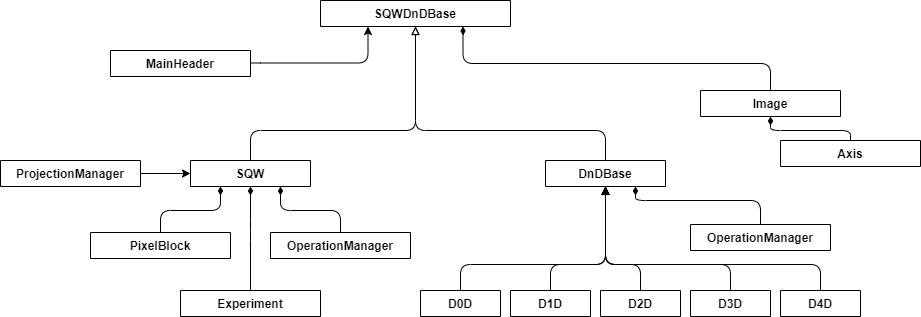
The draw.io diagram documentation/diagrams/sqw-dnd.png in pace-neutrons/Horace, before a commit. Source tidied: cells renumbered, new cells last; positions are measured from the earlier drawing's top-left corner, leaving out a move shared by most shapes.
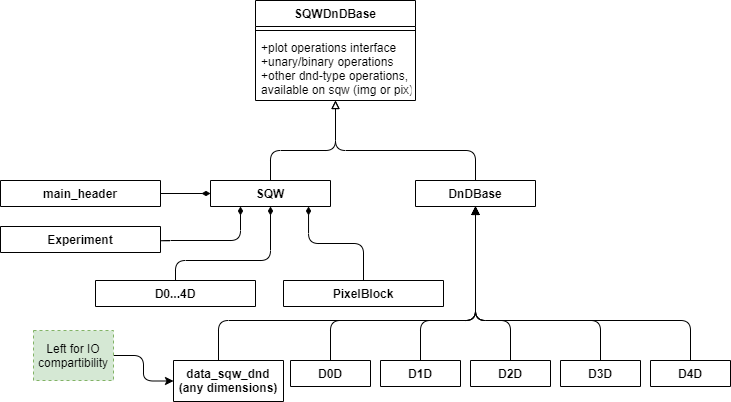
The same file after the commit.

Diff of the diagram source:
```diff
@@ -5,158 +5,135 @@
     <mxCell id="2" style="edgeStyle=elbowEdgeStyle;elbow=vertical;endArrow=block;html=1;exitX=0.5;exitY=0;exitDx=0;exitDy=0;entryX=0.5;entryY=1;entryDx=0;entryDy=0;endFill=0;" parent="1" edge="1" source="19" target="32">
       <mxGeometry relative="1" as="geometry">
         <Array as="points">
-          <mxPoint x="310" y="130" />
-          <mxPoint x="360" y="90" />
+          <mxPoint x="237" y="130" />
+          <mxPoint x="287" y="90" />
         </Array>
       </mxGeometry>
     </mxCell>
     <mxCell id="3" style="edgeStyle=elbowEdgeStyle;elbow=vertical;endArrow=block;html=1;endFill=1;exitX=0.5;exitY=0;exitDx=0;exitDy=0;entryX=0.5;entryY=1;entryDx=0;entryDy=0;" parent="1" edge="1" source="29" target="23">
       <mxGeometry relative="1" as="geometry">
         <Array as="points">
-          <mxPoint x="515" y="264" />
+          <mxPoint x="390" y="300" />
         </Array>
       </mxGeometry>
     </mxCell>
     <mxCell id="4" style="edgeStyle=elbowEdgeStyle;elbow=vertical;endArrow=classic;html=1;exitX=0.5;exitY=0;exitDx=0;exitDy=0;entryX=0.5;entryY=1;entryDx=0;entryDy=0;" parent="1" edge="1" source="28" target="23">
       <mxGeometry relative="1" as="geometry">
         <Array as="points">
-          <mxPoint x="535" y="264" />
+          <mxPoint x="440" y="300" />
         </Array>
       </mxGeometry>
     </mxCell>
     <mxCell id="5" style="edgeStyle=elbowEdgeStyle;elbow=vertical;endArrow=classic;html=1;exitX=0.5;exitY=0;exitDx=0;exitDy=0;entryX=0.5;entryY=1;entryDx=0;entryDy=0;" parent="1" edge="1" source="26" target="23">
       <mxGeometry relative="1" as="geometry">
         <Array as="points">
-          <mxPoint x="645" y="264" />
+          <mxPoint x="480" y="300" />
         </Array>
       </mxGeometry>
     </mxCell>
     <mxCell id="6" style="edgeStyle=elbowEdgeStyle;elbow=vertical;endArrow=classic;html=1;exitX=0.5;exitY=0;exitDx=0;exitDy=0;entryX=0.5;entryY=1;entryDx=0;entryDy=0;" parent="1" edge="1" source="27" target="23">
       <mxGeometry relative="1" as="geometry">
         <Array as="points">
-          <mxPoint x="665" y="264" />
-          <mxPoint x="545" y="367" />
+          <mxPoint x="570" y="300" />
+          <mxPoint x="402" y="393" />
         </Array>
       </mxGeometry>
     </mxCell>
     <mxCell id="7" style="edgeStyle=elbowEdgeStyle;elbow=vertical;endArrow=classic;html=1;exitX=0.5;exitY=0;exitDx=0;exitDy=0;entryX=0.5;entryY=1;entryDx=0;entryDy=0;" parent="1" edge="1" source="25" target="23">
       <mxGeometry relative="1" as="geometry">
         <Array as="points">
-          <mxPoint x="625" y="264" />
+          <mxPoint x="520" y="300" />
         </Array>
       </mxGeometry>
     </mxCell>
-    <mxCell id="8" style="edgeStyle=elbowEdgeStyle;elbow=vertical;endArrow=classic;html=1;exitX=1;exitY=0.5;exitDx=0;exitDy=0;entryX=0;entryY=0.5;entryDx=0;entryDy=0;" parent="1" edge="1" source="22" target="19">
+    <mxCell id="8" style="edgeStyle=elbowEdgeStyle;elbow=vertical;endArrow=diamondThin;html=1;exitX=1;exitY=0.5;exitDx=0;exitDy=0;entryX=0;entryY=0.5;entryDx=0;entryDy=0;endFill=1;" parent="1" edge="1" source="22" target="19">
       <mxGeometry relative="1" as="geometry">
         <Array as="points">
-          <mxPoint x="130" y="173" />
+          <mxPoint x="137" y="173" />
         </Array>
       </mxGeometry>
     </mxCell>
-    <mxCell id="9" style="edgeStyle=elbowEdgeStyle;elbow=vertical;endArrow=diamondThin;html=1;exitX=0.5;exitY=0;exitDx=0;exitDy=0;entryX=0.5;entryY=1;entryDx=0;entryDy=0;endFill=1;" parent="1" edge="1" source="18" target="17">
-      <mxGeometry relative="1" as="geometry">
-        <Array as="points">
-          <mxPoint x="750" y="130" />
-        </Array>
-      </mxGeometry>
-    </mxCell>
-    <mxCell id="10" style="edgeStyle=elbowEdgeStyle;elbow=vertical;endArrow=diamondThin;html=1;exitX=0.5;exitY=0;exitDx=0;exitDy=0;entryX=0.75;entryY=1;entryDx=0;entryDy=0;endFill=1;" parent="1" edge="1" source="17" target="32">
-      <mxGeometry relative="1" as="geometry">
-        <Array as="points">
-          <mxPoint x="630" y="63" />
-        </Array>
-      </mxGeometry>
-    </mxCell>
-    <mxCell id="11" style="edgeStyle=elbowEdgeStyle;elbow=vertical;endArrow=diamondThin;html=1;exitX=0.5;exitY=0;exitDx=0;exitDy=0;entryX=0.75;entryY=1;entryDx=0;entryDy=0;endFill=1;" parent="1" edge="1" source="24" target="23">
-      <mxGeometry relative="1" as="geometry">
-        <Array as="points">
-          <mxPoint x="755" y="200" />
-        </Array>
-      </mxGeometry>
-    </mxCell>
-    <mxCell id="12" style="edgeStyle=elbowEdgeStyle;elbow=vertical;endArrow=diamondThin;html=1;exitX=0.5;exitY=0;exitDx=0;exitDy=0;entryX=0.75;entryY=1;entryDx=0;entryDy=0;endFill=1;" parent="1" edge="1" source="20" target="19">
+    <mxCell id="12" style="edgeStyle=elbowEdgeStyle;elbow=vertical;endArrow=diamondThin;html=1;exitX=0.5;exitY=0;exitDx=0;exitDy=0;entryX=0.5;entryY=1;entryDx=0;entryDy=0;endFill=1;" parent="1" edge="1" source="20" target="19">
       <mxGeometry relative="1" as="geometry">
         <Array as="points">
-          <mxPoint x="320" y="210" />
+          <mxPoint x="217" y="240" />
+          <mxPoint x="327" y="210" />
         </Array>
       </mxGeometry>
     </mxCell>
-    <mxCell id="13" style="edgeStyle=elbowEdgeStyle;elbow=vertical;endArrow=diamondThin;html=1;entryX=0.5;entryY=1;entryDx=0;entryDy=0;endFill=1;exitX=0.5;exitY=0;exitDx=0;exitDy=0;" parent="1" edge="1" source="30" target="19">
+    <mxCell id="13" style="edgeStyle=elbowEdgeStyle;elbow=vertical;endArrow=diamondThin;html=1;entryX=0.25;entryY=1;entryDx=0;entryDy=0;endFill=1;exitX=1;exitY=0.5;exitDx=0;exitDy=0;" parent="1" edge="1" source="30" target="19">
       <mxGeometry relative="1" as="geometry">
         <Array as="points">
-          <mxPoint x="250" y="230" />
+          <mxPoint x="187" y="220" />
         </Array>
       </mxGeometry>
     </mxCell>
-    <mxCell id="14" style="edgeStyle=elbowEdgeStyle;elbow=vertical;endArrow=diamondThin;html=1;entryX=0.25;entryY=1;entryDx=0;entryDy=0;endFill=1;exitX=0.5;exitY=0;exitDx=0;exitDy=0;" parent="1" edge="1" source="21" target="19">
-      <mxGeometry relative="1" as="geometry">
-        <Array as="points">
-          <mxPoint x="190" y="210" />
-        </Array>
-      </mxGeometry>
+    <mxCell id="14" style="edgeStyle=elbowEdgeStyle;elbow=vertical;endArrow=diamondThin;html=1;entryX=0.817;entryY=1;entryDx=0;entryDy=0;endFill=1;exitX=0.5;exitY=0;exitDx=0;exitDy=0;entryPerimeter=0;" parent="1" edge="1" source="21" target="19">
+      <mxGeometry relative="1" as="geometry" />
     </mxCell>
     <mxCell id="15" style="edgeStyle=elbowEdgeStyle;elbow=vertical;endArrow=block;html=1;exitX=0.5;exitY=0;exitDx=0;exitDy=0;entryX=0.5;entryY=1;entryDx=0;entryDy=0;endFill=0;" parent="1" edge="1" source="23" target="32">
       <mxGeometry relative="1" as="geometry">
         <Array as="points">
-          <mxPoint x="470" y="130" />
-          <mxPoint x="370" y="100" />
+          <mxPoint x="397" y="130" />
+          <mxPoint x="297" y="100" />
         </Array>
       </mxGeometry>
     </mxCell>
-    <mxCell id="16" style="edgeStyle=elbowEdgeStyle;elbow=vertical;endArrow=classic;html=1;exitX=1;exitY=0.5;exitDx=0;exitDy=0;entryX=0.25;entryY=1;entryDx=0;entryDy=0;" parent="1" edge="1" source="31" target="32">
-      <mxGeometry relative="1" as="geometry">
-        <Array as="points">
-          <mxPoint x="230" y="62.5" />
-        </Array>
-      </mxGeometry>
-    </mxCell>
-    <mxCell id="17" value="Image" style="swimlane;fontStyle=1;align=center;verticalAlign=top;horizontal=1;startSize=26;" parent="1" vertex="1" collapsed="1">
-      <mxGeometry x="700" y="90" width="140" height="26" as="geometry" />
-    </mxCell>
-    <mxCell id="18" value="Axis" style="swimlane;fontStyle=1;align=center;verticalAlign=top;horizontal=1;startSize=26;" parent="1" vertex="1" collapsed="1">
-      <mxGeometry x="780" y="140" width="140" height="26" as="geometry" />
-    </mxCell>
     <mxCell id="19" value="SQW" style="swimlane;fontStyle=1;align=center;verticalAlign=top;horizontal=1;startSize=26;" parent="1" vertex="1" collapsed="1">
-      <mxGeometry x="190" y="160" width="120" height="26" as="geometry" />
+      <mxGeometry x="197" y="160" width="120" height="26" as="geometry" />
     </mxCell>
-    <mxCell id="20" value="OperationManager" style="swimlane;fontStyle=1;align=center;verticalAlign=top;horizontal=1;startSize=26;" parent="1" vertex="1" collapsed="1">
-      <mxGeometry x="270" y="232" width="140" height="26" as="geometry" />
+    <mxCell id="20" value="D0...4D" style="swimlane;fontStyle=1;align=center;verticalAlign=top;horizontal=1;startSize=26;" parent="1" vertex="1" collapsed="1">
+      <mxGeometry x="82" y="260" width="160" height="26" as="geometry" />
     </mxCell>
     <mxCell id="21" value="PixelBlock" style="swimlane;fontStyle=1;align=center;verticalAlign=top;horizontal=1;startSize=26;" parent="1" vertex="1" collapsed="1">
-      <mxGeometry x="90" y="232" width="140" height="26" as="geometry" />
+      <mxGeometry x="270" y="260" width="160" height="26" as="geometry" />
     </mxCell>
-    <mxCell id="22" value="ProjectionManager" style="swimlane;fontStyle=1;align=center;verticalAlign=top;horizontal=1;startSize=26;" parent="1" vertex="1" collapsed="1">
-      <mxGeometry y="160" width="140" height="26" as="geometry" />
+    <mxCell id="22" value="main_header" style="swimlane;fontStyle=1;align=center;verticalAlign=top;horizontal=1;startSize=26;" parent="1" vertex="1" collapsed="1">
+      <mxGeometry x="-13" y="160" width="160" height="26" as="geometry" />
     </mxCell>
     <mxCell id="23" value="DnDBase" style="swimlane;fontStyle=1;align=center;verticalAlign=top;horizontal=1;startSize=26;" parent="1" vertex="1" collapsed="1">
-      <mxGeometry x="545" y="160" width="120" height="26" as="geometry" />
+      <mxGeometry x="402" y="160" width="120" height="26" as="geometry" />
     </mxCell>
-    <mxCell id="24" value="OperationManager" style="swimlane;fontStyle=1;align=center;verticalAlign=top;horizontal=1;startSize=26;" parent="1" vertex="1" collapsed="1">
-      <mxGeometry x="690" y="224" width="140" height="26" as="geometry" />
-    </mxCell>
     <mxCell id="25" value="D3D" style="swimlane;fontStyle=1;align=center;verticalAlign=top;horizontal=1;startSize=26;" parent="1" vertex="1" collapsed="1">
-      <mxGeometry x="690" y="290" width="80" height="26" as="geometry" />
+      <mxGeometry x="547" y="340" width="80" height="26" as="geometry" />
     </mxCell>
     <mxCell id="26" value="D2D" style="swimlane;fontStyle=1;align=center;verticalAlign=top;horizontal=1;startSize=26;" parent="1" vertex="1" collapsed="1">
-      <mxGeometry x="600" y="290" width="80" height="26" as="geometry" />
+      <mxGeometry x="457" y="340" width="80" height="26" as="geometry" />
     </mxCell>
     <mxCell id="27" value="D4D" style="swimlane;fontStyle=1;align=center;verticalAlign=top;horizontal=1;startSize=26;" parent="1" vertex="1" collapsed="1">
-      <mxGeometry x="780" y="290" width="80" height="26" as="geometry" />
+      <mxGeometry x="637" y="340" width="80" height="26" as="geometry" />
     </mxCell>
     <mxCell id="28" value="D1D&#10;" style="swimlane;fontStyle=1;align=center;verticalAlign=top;horizontal=1;startSize=26;" parent="1" vertex="1" collapsed="1">
-      <mxGeometry x="510" y="290" width="80" height="26" as="geometry" />
+      <mxGeometry x="367" y="340" width="80" height="26" as="geometry" />
     </mxCell>
     <mxCell id="29" value="D0D" style="swimlane;fontStyle=1;align=center;verticalAlign=top;horizontal=1;startSize=26;" parent="1" vertex="1" collapsed="1">
-      <mxGeometry x="420" y="290" width="80" height="26" as="geometry" />
+      <mxGeometry x="277" y="340" width="80" height="26" as="geometry" />
     </mxCell>
     <mxCell id="30" value="Experiment" style="swimlane;fontStyle=1;align=center;verticalAlign=top;horizontal=1;startSize=26;" parent="1" vertex="1" collapsed="1">
-      <mxGeometry x="180" y="290" width="140" height="26" as="geometry" />
+      <mxGeometry x="-13" y="206" width="160" height="26" as="geometry" />
     </mxCell>
-    <mxCell id="31" value="MainHeader" style="swimlane;fontStyle=1;align=center;verticalAlign=top;horizontal=1;startSize=26;" parent="1" vertex="1" collapsed="1">
-      <mxGeometry x="110" y="50" width="140" height="26" as="geometry" />
-    </mxCell>
-    <mxCell id="32" value="SQWDnDBase" style="swimlane;fontStyle=1;align=center;verticalAlign=top;horizontal=1;startSize=26;" parent="1" vertex="1" collapsed="1">
-      <mxGeometry x="320" width="190" height="26" as="geometry" />
+    <mxCell id="32" value="SQWDnDBase" style="swimlane;fontStyle=1;align=center;verticalAlign=top;horizontal=1;startSize=26;" parent="1" vertex="1">
+      <mxGeometry x="242" y="-20" width="160" height="100" as="geometry" />
     </mxCell>
+    <mxCell id="33" style="line;strokeWidth=1;fillColor=none;align=left;verticalAlign=middle;spacingTop=-1;spacingLeft=3;spacingRight=3;labelPosition=right;" parent="32" vertex="1">
+      <mxGeometry y="26" width="160" height="8" as="geometry" />
+    </mxCell>
+    <mxCell id="34" value="+plot operations interface&#10;+unary/binary operations&#10;+other dnd-type operations,&#10;available on sqw (img or pix) " style="text;strokeColor=none;fillColor=none;align=left;verticalAlign=top;spacingLeft=4;spacingRight=4;overflow=hidden;" parent="32" vertex="1">
+      <mxGeometry y="34" width="160" height="66" as="geometry" />
+    </mxCell>
+    <mxCell id="35" style="edgeStyle=orthogonalEdgeStyle;rounded=1;jettySize=auto;html=1;entryX=0.5;entryY=1;entryDx=0;entryDy=0;" parent="1" edge="1" source="36" target="23">
+      <mxGeometry relative="1" as="geometry">
+        <Array as="points">
+          <mxPoint x="205" y="300" />
+          <mxPoint x="462" y="300" />
+        </Array>
+      </mxGeometry>
+    </mxCell>
+    <mxCell id="36" value="data_sqw_dnd&#10;(any dimensions)" style="swimlane;fontStyle=1;align=center;verticalAlign=top;horizontal=1;startSize=41;" parent="1" vertex="1" collapsed="1">
+      <mxGeometry x="160" y="340" width="110" height="41" as="geometry" />
+    </mxCell>
+    <mxCell id="37" value="Left for IO compartibility" style="text;html=1;strokeColor=#82b366;fillColor=#d5e8d4;align=center;verticalAlign=middle;whiteSpace=wrap;rounded=0;dashed=1;perimeterSpacing=0;" parent="1" vertex="1">
+      <mxGeometry x="20" y="310" width="80" height="50" as="geometry" />
+    </mxCell>
   </root>
 </mxGraphModel>
```
